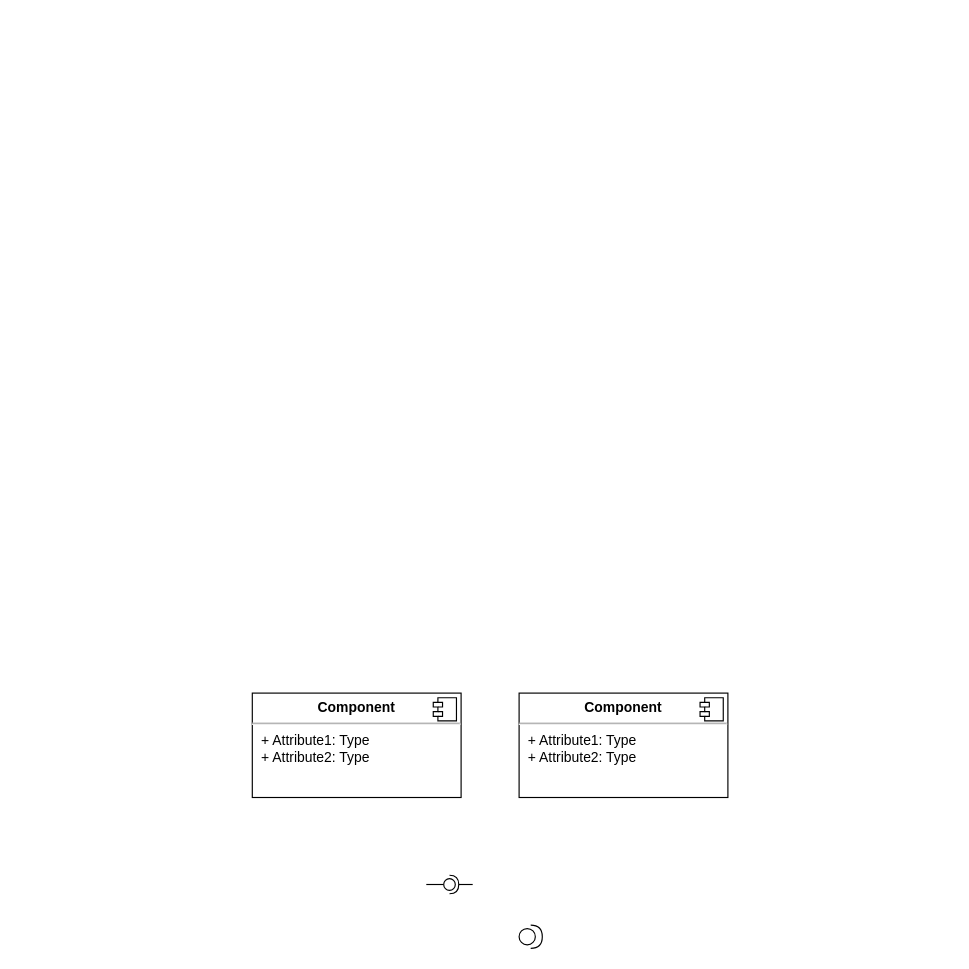
The draw.io diagram page "Diagrama de Componentes" (4 of 6) of desenho-solucao/DesenhoSolucao.drawio in felipepozzi/puc-minas-arquitetura, before the edit. Source tidied: cells renumbered, new cells numbered last; positions are measured from the earlier drawing's top-left corner, leaving out a move shared by most shapes. Both pictures are drawn from the tidied source at 116%, with x=0, y=0 at pixel (252, 693).
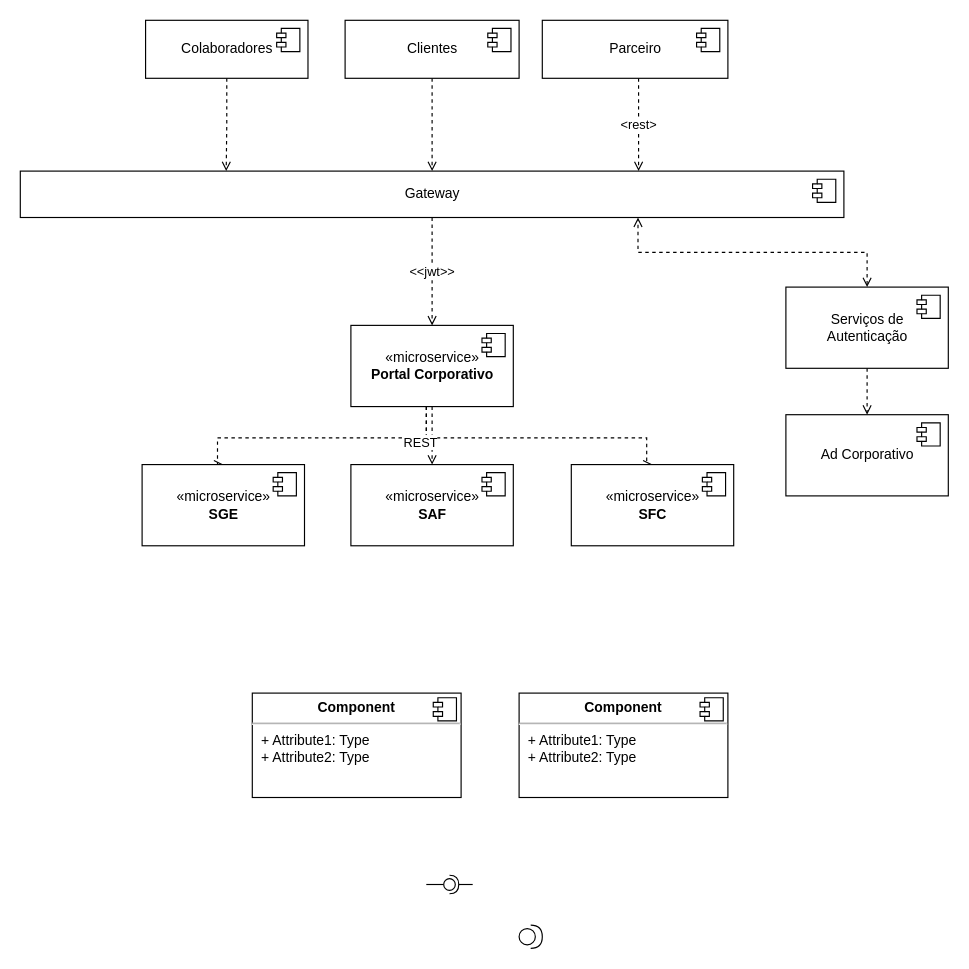
Above is the later version.

Diff of the diagram source:
```diff
@@
+    <mxCell id="10" value="&amp;lt;&amp;lt;jwt&amp;gt;&amp;gt;" style="edgeStyle=orthogonalEdgeStyle;rounded=0;jettySize=auto;html=1;entryX=0.5;entryY=0;entryDx=0;entryDy=0;dashed=1;fontColor=#000000;startArrow=none;startFill=0;endArrow=open;endFill=0;strokeColor=#000000;" parent="1" edge="1" source="11" target="17">
+      <mxGeometry relative="1" as="geometry" />
+    </mxCell>
+    <mxCell id="11" value="Gateway" style="html=1;fontColor=#000000;" parent="1" vertex="1">
+      <mxGeometry x="-200" y="-450" width="710" height="40" as="geometry" />
+    </mxCell>
+    <mxCell id="12" style="shape=module;jettyWidth=8;jettyHeight=4;fontColor=#000000;" parent="11" vertex="1">
+      <mxGeometry x="1" width="20" height="20" relative="1" as="geometry">
+        <mxPoint x="-27" y="7" as="offset" />
+      </mxGeometry>
+    </mxCell>
+    <mxCell id="13" style="edgeStyle=orthogonalEdgeStyle;rounded=0;jettySize=auto;html=1;entryX=0.5;entryY=0;entryDx=0;entryDy=0;dashed=1;fontColor=#000000;startArrow=none;startFill=0;endArrow=open;endFill=0;strokeColor=#000000;" parent="1" edge="1" source="17" target="23">
+      <mxGeometry relative="1" as="geometry">
+        <Array as="points">
+          <mxPoint x="150" y="-220" />
+          <mxPoint x="-30" y="-220" />
+        </Array>
+      </mxGeometry>
+    </mxCell>
+    <mxCell id="14" style="edgeStyle=orthogonalEdgeStyle;rounded=0;jettySize=auto;html=1;entryX=0.5;entryY=0;entryDx=0;entryDy=0;dashed=1;fontColor=#000000;startArrow=none;startFill=0;endArrow=open;endFill=0;strokeColor=#000000;" parent="1" edge="1" source="17" target="21">
+      <mxGeometry relative="1" as="geometry" />
+    </mxCell>
+    <mxCell id="15" style="edgeStyle=orthogonalEdgeStyle;rounded=0;jettySize=auto;html=1;entryX=0.5;entryY=0;entryDx=0;entryDy=0;dashed=1;fontColor=#000000;startArrow=none;startFill=0;endArrow=open;endFill=0;strokeColor=#000000;" parent="1" edge="1" source="17" target="19">
+      <mxGeometry relative="1" as="geometry">
+        <Array as="points">
+          <mxPoint x="150" y="-220" />
+          <mxPoint x="340" y="-220" />
+        </Array>
+      </mxGeometry>
+    </mxCell>
+    <mxCell id="16" value="REST" style="edgeLabel;html=1;align=center;verticalAlign=middle;fontColor=#000000;" parent="15" vertex="1">
+      <mxGeometry x="-0.38" y="-3" relative="1" as="geometry">
+        <mxPoint x="-55" as="offset" />
+      </mxGeometry>
+    </mxCell>
+    <mxCell id="17" value="«microservice»&lt;br&gt;&lt;b&gt;Portal Corporativo&lt;/b&gt;" style="html=1;fontColor=#000000;" parent="1" vertex="1">
+      <mxGeometry x="85" y="-317" width="140" height="70" as="geometry" />
+    </mxCell>
+    <mxCell id="18" style="shape=module;jettyWidth=8;jettyHeight=4;fontColor=#000000;" parent="17" vertex="1">
+      <mxGeometry x="1" width="20" height="20" relative="1" as="geometry">
+        <mxPoint x="-27" y="7" as="offset" />
+      </mxGeometry>
+    </mxCell>
+    <mxCell id="19" value="«microservice»&lt;br&gt;&lt;b&gt;SFC&lt;/b&gt;" style="html=1;fontColor=#000000;" parent="1" vertex="1">
+      <mxGeometry x="275" y="-197" width="140" height="70" as="geometry" />
+    </mxCell>
+    <mxCell id="20" style="shape=module;jettyWidth=8;jettyHeight=4;fontColor=#000000;" parent="19" vertex="1">
+      <mxGeometry x="1" width="20" height="20" relative="1" as="geometry">
+        <mxPoint x="-27" y="7" as="offset" />
+      </mxGeometry>
+    </mxCell>
+    <mxCell id="21" value="«microservice»&lt;br&gt;&lt;b&gt;SAF&lt;/b&gt;" style="html=1;fontColor=#000000;" parent="1" vertex="1">
+      <mxGeometry x="85" y="-197" width="140" height="70" as="geometry" />
+    </mxCell>
+    <mxCell id="22" style="shape=module;jettyWidth=8;jettyHeight=4;fontColor=#000000;" parent="21" vertex="1">
+      <mxGeometry x="1" width="20" height="20" relative="1" as="geometry">
+        <mxPoint x="-27" y="7" as="offset" />
+      </mxGeometry>
+    </mxCell>
+    <mxCell id="23" value="«microservice»&lt;br&gt;&lt;b&gt;SGE&lt;/b&gt;" style="html=1;fontColor=#000000;" parent="1" vertex="1">
+      <mxGeometry x="-95" y="-197" width="140" height="70" as="geometry" />
+    </mxCell>
+    <mxCell id="24" style="shape=module;jettyWidth=8;jettyHeight=4;fontColor=#000000;" parent="23" vertex="1">
+      <mxGeometry x="1" width="20" height="20" relative="1" as="geometry">
+        <mxPoint x="-27" y="7" as="offset" />
+      </mxGeometry>
+    </mxCell>
+    <mxCell id="25" style="edgeStyle=orthogonalEdgeStyle;rounded=0;jettySize=auto;html=1;entryX=0.25;entryY=0;entryDx=0;entryDy=0;dashed=1;fontColor=#000000;startArrow=none;startFill=0;endArrow=open;endFill=0;strokeColor=#000000;" parent="1" edge="1" source="26" target="11">
+      <mxGeometry relative="1" as="geometry" />
+    </mxCell>
+    <mxCell id="26" value="Colaboradores" style="html=1;fontColor=#000000;" parent="1" vertex="1">
+      <mxGeometry x="-92" y="-580" width="140" height="50" as="geometry" />
+    </mxCell>
+    <mxCell id="27" style="shape=module;jettyWidth=8;jettyHeight=4;fontColor=#000000;" parent="26" vertex="1">
+      <mxGeometry x="1" width="20" height="20" relative="1" as="geometry">
+        <mxPoint x="-27" y="7" as="offset" />
+      </mxGeometry>
+    </mxCell>
+    <mxCell id="28" style="edgeStyle=orthogonalEdgeStyle;rounded=0;jettySize=auto;html=1;dashed=1;fontColor=#000000;startArrow=none;startFill=0;endArrow=open;endFill=0;strokeColor=#000000;" parent="1" edge="1" source="29" target="11">
+      <mxGeometry relative="1" as="geometry" />
+    </mxCell>
+    <mxCell id="29" value="Clientes" style="html=1;fontColor=#000000;" parent="1" vertex="1">
+      <mxGeometry x="80" y="-580" width="150" height="50" as="geometry" />
+    </mxCell>
+    <mxCell id="30" style="shape=module;jettyWidth=8;jettyHeight=4;fontColor=#000000;" parent="29" vertex="1">
+      <mxGeometry x="1" width="20" height="20" relative="1" as="geometry">
+        <mxPoint x="-27" y="7" as="offset" />
+      </mxGeometry>
+    </mxCell>
+    <mxCell id="31" value="&amp;lt;rest&amp;gt;" style="edgeStyle=elbowEdgeStyle;rounded=0;jettySize=auto;html=1;fontColor=#000000;startArrow=none;startFill=0;endArrow=open;endFill=0;strokeColor=#000000;dashed=1;entryX=0.75;entryY=0;entryDx=0;entryDy=0;" parent="1" edge="1" source="32" target="11">
+      <mxGeometry relative="1" as="geometry" />
+    </mxCell>
+    <mxCell id="32" value="Parceiro" style="html=1;fontColor=#000000;" parent="1" vertex="1">
+      <mxGeometry x="250" y="-580" width="160" height="50" as="geometry" />
+    </mxCell>
+    <mxCell id="33" style="shape=module;jettyWidth=8;jettyHeight=4;fontColor=#000000;" parent="32" vertex="1">
+      <mxGeometry x="1" width="20" height="20" relative="1" as="geometry">
+        <mxPoint x="-27" y="7" as="offset" />
+      </mxGeometry>
+    </mxCell>
+    <mxCell id="34" style="edgeStyle=orthogonalEdgeStyle;rounded=0;jettySize=auto;html=1;dashed=1;fontColor=#000000;startArrow=none;startFill=0;endArrow=open;endFill=0;strokeColor=#000000;" parent="1" edge="1" source="36" target="38">
+      <mxGeometry relative="1" as="geometry" />
+    </mxCell>
+    <mxCell id="35" style="edgeStyle=orthogonalEdgeStyle;rounded=0;jettySize=auto;html=1;entryX=0.75;entryY=1;entryDx=0;entryDy=0;dashed=1;fontColor=#000000;startArrow=open;startFill=0;endArrow=open;endFill=0;strokeColor=#000000;" parent="1" edge="1" source="36" target="11">
+      <mxGeometry relative="1" as="geometry" />
+    </mxCell>
+    <mxCell id="36" value="Serviços de &lt;br&gt;Autenticação" style="html=1;fontColor=#000000;" parent="1" vertex="1">
+      <mxGeometry x="460" y="-350" width="140" height="70" as="geometry" />
+    </mxCell>
+    <mxCell id="37" style="shape=module;jettyWidth=8;jettyHeight=4;fontColor=#000000;" parent="36" vertex="1">
+      <mxGeometry x="1" width="20" height="20" relative="1" as="geometry">
+        <mxPoint x="-27" y="7" as="offset" />
+      </mxGeometry>
+    </mxCell>
+    <mxCell id="38" value="Ad Corporativo" style="html=1;fontColor=#000000;" parent="1" vertex="1">
+      <mxGeometry x="460" y="-240" width="140" height="70" as="geometry" />
+    </mxCell>
+    <mxCell id="39" style="shape=module;jettyWidth=8;jettyHeight=4;fontColor=#000000;" parent="38" vertex="1">
+      <mxGeometry x="1" width="20" height="20" relative="1" as="geometry">
+        <mxPoint x="-27" y="7" as="offset" />
+      </mxGeometry>
+    </mxCell>
```
